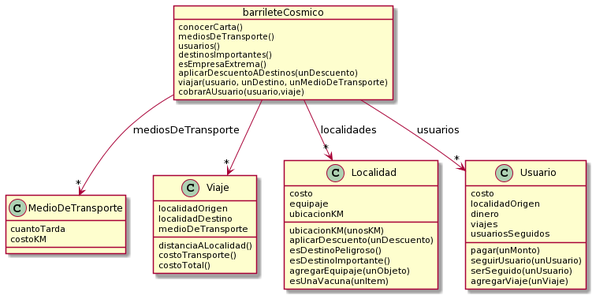
Pekerle/Objetos_BarrileteCosmico keeps this PlantUML diagram as Diagrama.png. Above is the earlier version. Its diagram source:
```plantuml
@startuml
barrileteCosmico --> "*" MedioDeTransporte : mediosDeTransporte
barrileteCosmico --> "*" Viaje
barrileteCosmico --> "*" Localidad: localidades
barrileteCosmico --> "*" Usuario: usuarios

object barrileteCosmico {
  conocerCarta()
  mediosDeTransporte()
  usuarios()
  destinosImportantes()
  esEmpresaExtrema()
  aplicarDescuentoADestinos(unDescuento)
  viajar(usuario, unDestino, unMedioDeTransporte)
  cobrarAUsuario(usuario,viaje)
}

class MedioDeTransporte {
  cuantoTarda
  costoKM
}

class Localidad{
  costo
  equipaje
  ubicacionKM
  ubicacionKM(unosKM)
  aplicarDescuento(unDescuento)
  esDestinoPeligroso()
  esDestinoImportante()
  agregarEquipaje(unObjeto)
  esUnaVacuna(unItem)
}

class Usuario{
  costo
  localidadOrigen
  dinero
  viajes
  usuariosSeguidos
  pagar(unMonto)
  seguirUsuario(unUsuario)
  serSeguido(unUsuario)
  agregarViaje(unViaje)
}

class Viaje{
  localidadOrigen
  localidadDestino
  medioDeTransporte
  distanciaALocalidad()
  costoTransporte()
  costoTotal()
}
@enduml
```
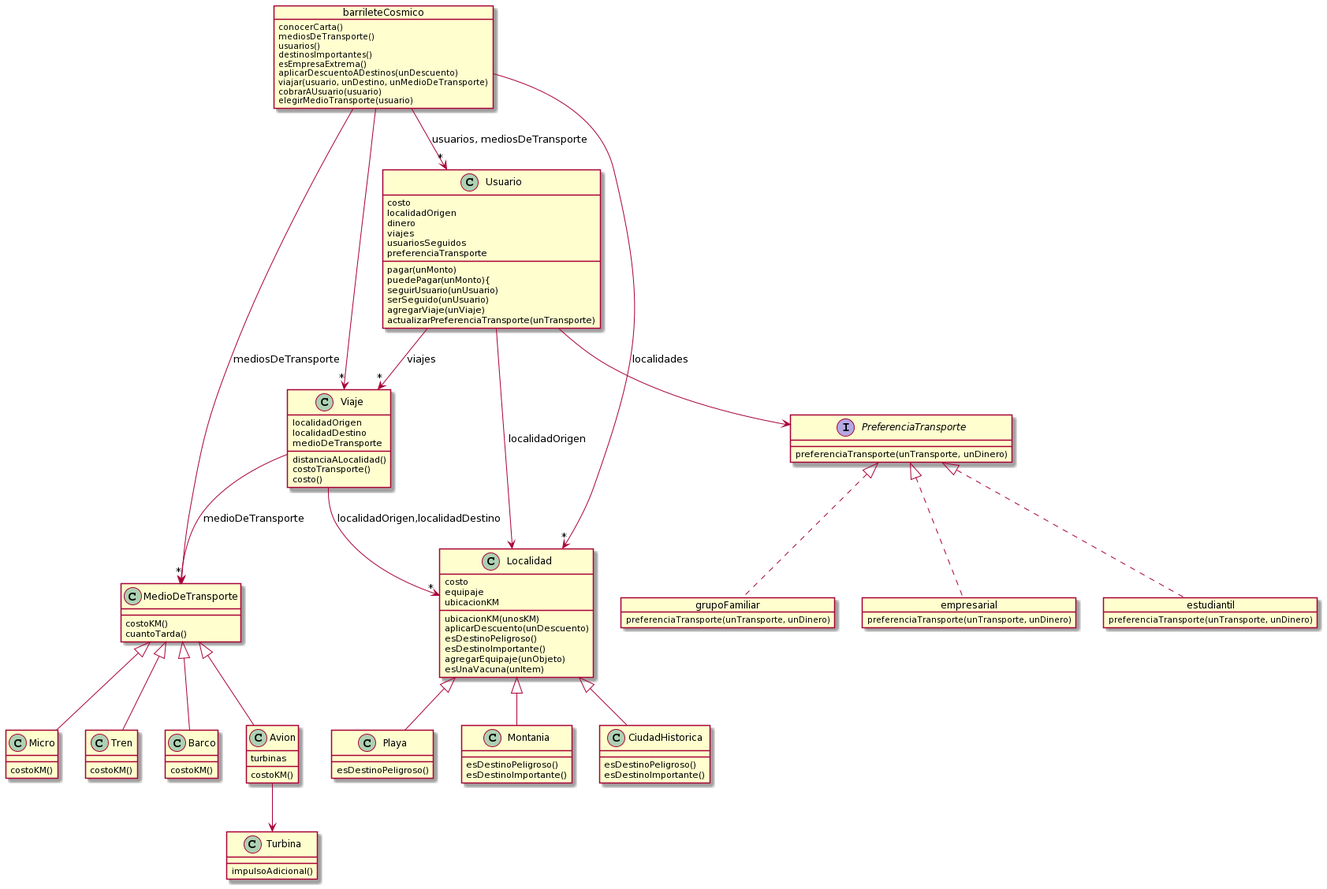
After the change.

Change to the diagram source:
```diff
@@ -1,8 +1,24 @@
 @startuml
 barrileteCosmico --> "*" MedioDeTransporte : mediosDeTransporte
+MedioDeTransporte <|-- Avion
+MedioDeTransporte <|-- Micro
+MedioDeTransporte <|-- Tren
+MedioDeTransporte <|-- Barco
+Avion --> Turbina
 barrileteCosmico --> "*" Viaje
 barrileteCosmico --> "*" Localidad: localidades
-barrileteCosmico --> "*" Usuario: usuarios
+Localidad <|-- Playa
+Localidad <|-- Montania
+Localidad <|-- CiudadHistorica
+barrileteCosmico --> "*" Usuario: usuarios, mediosDeTransporte
+Usuario--> PreferenciaTransporte
+PreferenciaTransporte <|.. empresarial
+PreferenciaTransporte <|.. estudiantil
+PreferenciaTransporte <|.. grupoFamiliar
+Usuario--> Localidad : localidadOrigen
+Usuario--> "*" Viaje: viajes
+Viaje--> MedioDeTransporte: medioDeTransporte
+Viaje--> "*" Localidad : localidadOrigen,localidadDestino
 
 object barrileteCosmico {
   conocerCarta()
@@ -12,13 +28,36 @@
   esEmpresaExtrema()
   aplicarDescuentoADestinos(unDescuento)
   viajar(usuario, unDestino, unMedioDeTransporte)
-  cobrarAUsuario(usuario,viaje)
+  cobrarAUsuario(usuario)
+  elegirMedioTransporte(usuario)
 }
 
 class MedioDeTransporte {
-  cuantoTarda
-  costoKM
+  costoKM()
+  cuantoTarda()
 }
+
+class Avion{
+  turbinas
+  costoKM()
+}
+
+Class Turbina{
+  impulsoAdicional()
+}
+
+class Micro{
+  costoKM()
+}
+
+class Tren{
+  costoKM()
+}
+
+class Barco{
+  costoKM()
+}
+
 
 class Localidad{
   costo
@@ -32,16 +71,49 @@
   esUnaVacuna(unItem)
 }
 
+class Playa{
+  esDestinoPeligroso()
+}
+
+class Montania{
+  esDestinoPeligroso()
+  esDestinoImportante()
+}
+
+class CiudadHistorica{
+  esDestinoPeligroso()
+  esDestinoImportante()
+}
+
 class Usuario{
   costo
   localidadOrigen
   dinero
   viajes
   usuariosSeguidos
+  preferenciaTransporte
   pagar(unMonto)
+  puedePagar(unMonto){
   seguirUsuario(unUsuario)
   serSeguido(unUsuario)
   agregarViaje(unViaje)
+  actualizarPreferenciaTransporte(unTransporte)
+}
+
+interface PreferenciaTransporte {
+  preferenciaTransporte(unTransporte, unDinero)
+}
+
+  object empresarial{
+  preferenciaTransporte(unTransporte, unDinero)
+}
+
+  object estudiantil{
+  preferenciaTransporte(unTransporte, unDinero)
+}
+
+  object grupoFamiliar{
+  preferenciaTransporte(unTransporte, unDinero)
 }
 
 class Viaje{
@@ -50,6 +122,6 @@
   medioDeTransporte
   distanciaALocalidad()
   costoTransporte()
-  costoTotal()
+  costo()
 }
 @enduml
```
